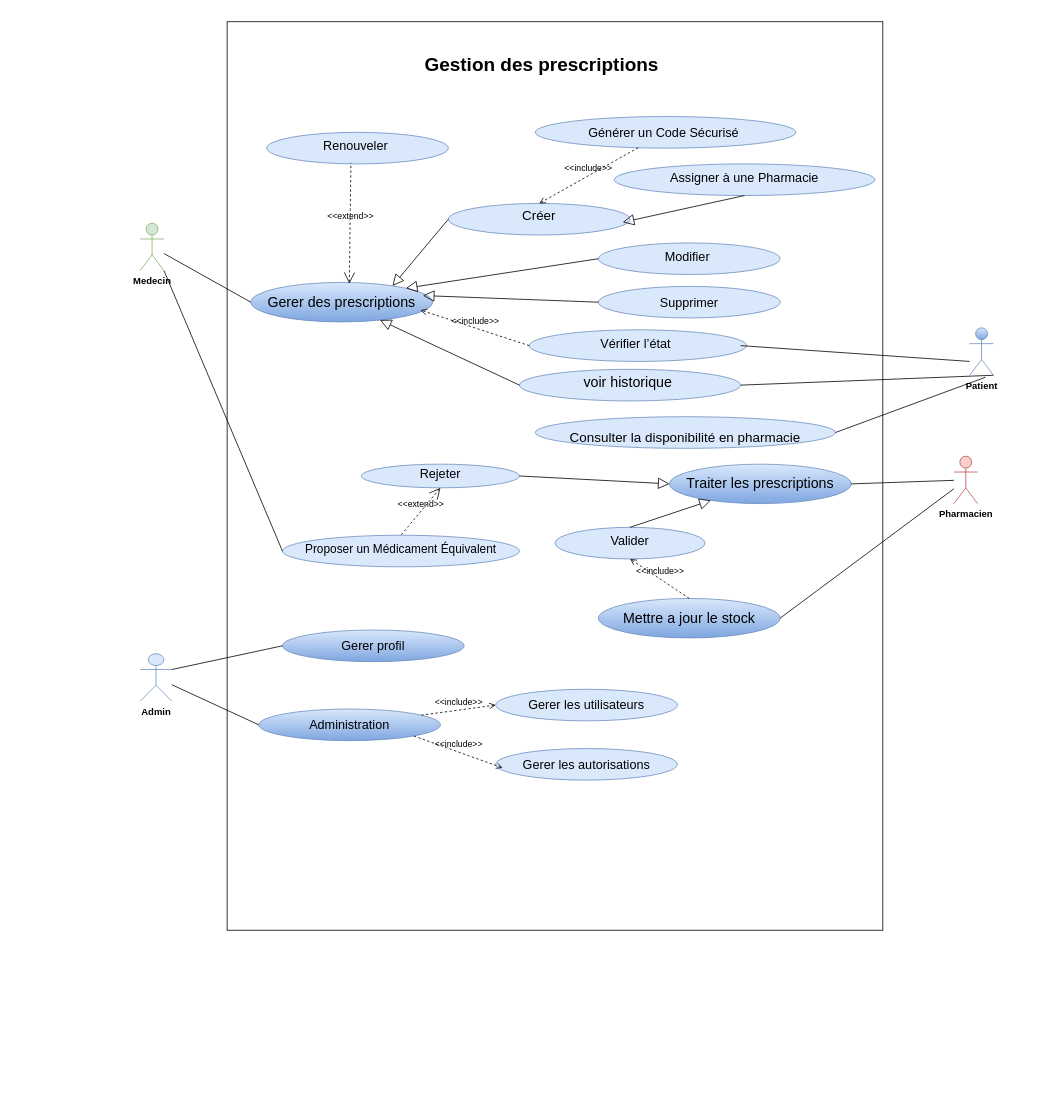
The draw.io diagram Diagramme sans nom.drawio in siwar630/Conception-pfe, before the edit. Source tidied: cells renumbered, new cells numbered last; positions are measured from the earlier drawing's top-left corner, leaving out a move shared by most shapes. Both pictures are drawn from the tidied source at 79%, with x=0, y=0 at pixel (140, 21).
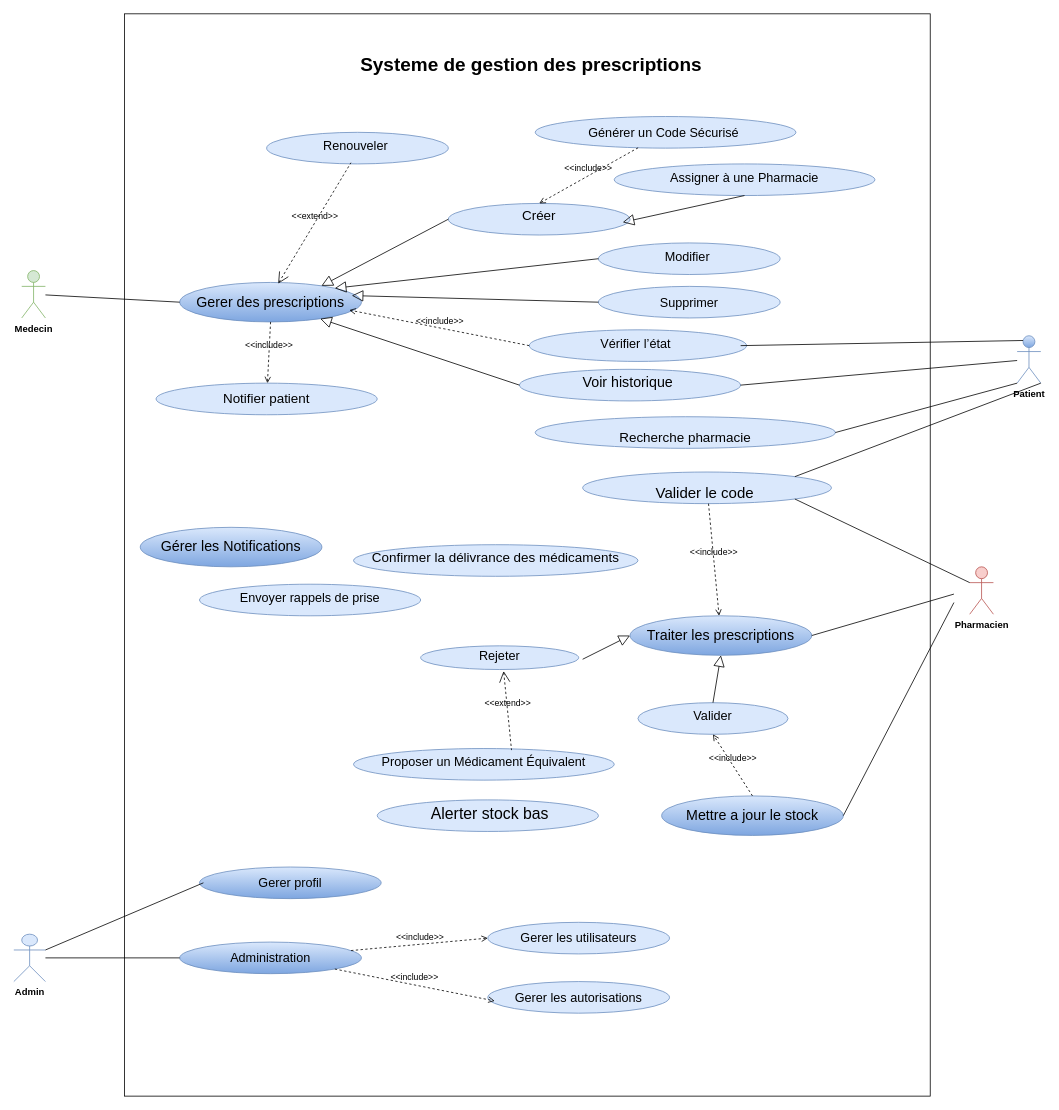
The same page after the edit.

Commit message:
Mettre à jour Diagramme sans nom.drawio

The edit, as a diff of the source:
```diff
@@
     <mxCell id="2" style="html=1;whiteSpace=wrap;" parent="1" vertex="1">
-      <mxGeometry x="110" width="830" height="1150" as="geometry" />
+      <mxGeometry x="-20" y="-10" width="1020" height="1370" as="geometry" />
     </mxCell>
-    <mxCell id="3" value="&lt;b&gt;&lt;font style=&quot;font-size: 24px;&quot;&gt;&amp;nbsp;Gestion des prescriptions&lt;/font&gt;&lt;/b&gt;" style="text;html=1;align=center;verticalAlign=middle;whiteSpace=wrap;rounded=0;" parent="1" vertex="1">
-      <mxGeometry x="310" y="40" width="390" height="30" as="geometry" />
+    <mxCell id="3" value="&lt;b&gt;&lt;font style=&quot;font-size: 24px;&quot;&gt;Systeme de gestion des prescriptions&lt;/font&gt;&lt;/b&gt;" style="text;html=1;align=center;verticalAlign=middle;whiteSpace=wrap;rounded=0;" parent="1" vertex="1">
+      <mxGeometry x="270" y="40" width="450" height="30" as="geometry" />
     </mxCell>
     <mxCell id="4" value="&lt;b&gt;Medecin&lt;/b&gt;" style="shape=umlActor;verticalLabelPosition=bottom;verticalAlign=top;html=1;outlineConnect=0;fillColor=#d5e8d4;strokeColor=#82b366;" parent="1" vertex="1">
-      <mxGeometry y="255" width="30" height="60" as="geometry" />
+      <mxGeometry x="-150" y="315" width="30" height="60" as="geometry" />
     </mxCell>
     <mxCell id="5" value="&lt;b&gt;Pharmacien&lt;/b&gt;" style="shape=umlActor;verticalLabelPosition=bottom;verticalAlign=top;html=1;outlineConnect=0;fillColor=#f8cecc;strokeColor=#b85450;" parent="1" vertex="1">
-      <mxGeometry x="1030" y="550" width="30" height="60" as="geometry" />
+      <mxGeometry x="1050" y="690" width="30" height="60" as="geometry" />
     </mxCell>
     <mxCell id="6" value="&lt;b&gt;Patient&lt;/b&gt;" style="shape=umlActor;verticalLabelPosition=bottom;verticalAlign=top;html=1;outlineConnect=0;fillColor=#dae8fc;strokeColor=#6c8ebf;gradientColor=#7ea6e0;" parent="1" vertex="1">
-      <mxGeometry x="1050" y="387.5" width="30" height="60" as="geometry" />
+      <mxGeometry x="1110" y="397.5" width="30" height="60" as="geometry" />
     </mxCell>
     <mxCell id="7" value="&lt;font style=&quot;font-size: 18px;&quot;&gt;Gerer des prescriptions&lt;/font&gt;" style="ellipse;whiteSpace=wrap;html=1;align=center;fillColor=#dae8fc;gradientColor=#7ea6e0;strokeColor=#6c8ebf;" parent="1" vertex="1">
-      <mxGeometry x="140" y="330" width="230" height="50" as="geometry" />
+      <mxGeometry x="50" y="330" width="230" height="50" as="geometry" />
     </mxCell>
@@
     <mxCell id="13" value="&lt;table&gt;&lt;tbody&gt;&lt;tr&gt;&lt;td&gt;&lt;table&gt;&lt;tbody&gt;&lt;tr&gt;&lt;td&gt;&lt;font style=&quot;font-size: 16px;&quot;&gt;Valider&lt;/font&gt;&lt;/td&gt;&lt;/tr&gt;&lt;/tbody&gt;&lt;/table&gt;&lt;table&gt;&lt;tbody&gt;&lt;tr&gt;&lt;td&gt;&lt;/td&gt;&lt;/tr&gt;&lt;/tbody&gt;&lt;/table&gt;&lt;table&gt;&lt;tbody&gt;&lt;tr&gt;&lt;/tr&gt;&lt;/tbody&gt;&lt;/table&gt;&lt;/td&gt;&lt;/tr&gt;&lt;/tbody&gt;&lt;/table&gt;" style="ellipse;whiteSpace=wrap;html=1;align=center;fillColor=#dae8fc;strokeColor=#6c8ebf;" parent="1" vertex="1">
-      <mxGeometry x="525" y="640" width="190" height="40" as="geometry" />
+      <mxGeometry x="630" y="862" width="190" height="40" as="geometry" />
     </mxCell>
     <mxCell id="14" value="&lt;font style=&quot;font-size: 18px;&quot;&gt;Traiter les prescriptions&lt;/font&gt;" style="ellipse;whiteSpace=wrap;html=1;align=center;fillColor=#dae8fc;gradientColor=#7ea6e0;strokeColor=#6c8ebf;" parent="1" vertex="1">
-      <mxGeometry x="670" y="560" width="230" height="50" as="geometry" />
+      <mxGeometry x="620" y="752" width="230" height="50" as="geometry" />
     </mxCell>
-    <mxCell id="15" value="&lt;table&gt;&lt;tbody&gt;&lt;tr&gt;&lt;td&gt;&lt;table&gt;&lt;tbody&gt;&lt;tr&gt;&lt;td&gt;&lt;font style=&quot;font-size: 15px;&quot;&gt;Proposer un Médicament Équivalent&lt;/font&gt;&lt;/td&gt;&lt;/tr&gt;&lt;/tbody&gt;&lt;/table&gt;&lt;table&gt;&lt;tbody&gt;&lt;tr&gt;&lt;td&gt;&lt;/td&gt;&lt;/tr&gt;&lt;/tbody&gt;&lt;/table&gt;&lt;table&gt;&lt;tbody&gt;&lt;tr&gt;&lt;/tr&gt;&lt;/tbody&gt;&lt;/table&gt;&lt;/td&gt;&lt;/tr&gt;&lt;/tbody&gt;&lt;/table&gt;" style="ellipse;whiteSpace=wrap;html=1;align=center;fillColor=#dae8fc;strokeColor=#6c8ebf;" parent="1" vertex="1">
-      <mxGeometry x="180" y="650" width="300" height="40" as="geometry" />
+    <mxCell id="15" value="&lt;table&gt;&lt;tbody&gt;&lt;tr&gt;&lt;td&gt;&lt;table&gt;&lt;tbody&gt;&lt;tr&gt;&lt;td&gt;&lt;font style=&quot;font-size: 16px;&quot;&gt;Proposer un Médicament Équivalent&lt;/font&gt;&lt;/td&gt;&lt;/tr&gt;&lt;/tbody&gt;&lt;/table&gt;&lt;table&gt;&lt;tbody&gt;&lt;tr&gt;&lt;td&gt;&lt;/td&gt;&lt;/tr&gt;&lt;/tbody&gt;&lt;/table&gt;&lt;table&gt;&lt;tbody&gt;&lt;tr&gt;&lt;/tr&gt;&lt;/tbody&gt;&lt;/table&gt;&lt;/td&gt;&lt;/tr&gt;&lt;/tbody&gt;&lt;/table&gt;" style="ellipse;whiteSpace=wrap;html=1;align=center;fillColor=#dae8fc;strokeColor=#6c8ebf;" parent="1" vertex="1">
+      <mxGeometry x="270" y="920" width="330" height="40" as="geometry" />
     </mxCell>
@@
     <mxCell id="17" value="&lt;table&gt;&lt;tbody&gt;&lt;tr&gt;&lt;td&gt;&lt;table&gt;&lt;tbody&gt;&lt;tr&gt;&lt;td&gt;&lt;span style=&quot;font-size: 16px;&quot;&gt;Rejeter&lt;/span&gt;&lt;/td&gt;&lt;/tr&gt;&lt;/tbody&gt;&lt;/table&gt;&lt;table&gt;&lt;tbody&gt;&lt;tr&gt;&lt;td&gt;&lt;/td&gt;&lt;/tr&gt;&lt;/tbody&gt;&lt;/table&gt;&lt;table&gt;&lt;tbody&gt;&lt;tr&gt;&lt;/tr&gt;&lt;/tbody&gt;&lt;/table&gt;&lt;/td&gt;&lt;/tr&gt;&lt;/tbody&gt;&lt;/table&gt;" style="ellipse;whiteSpace=wrap;html=1;align=center;fillColor=#dae8fc;strokeColor=#6c8ebf;" parent="1" vertex="1">
-      <mxGeometry x="280" y="560" width="200" height="30" as="geometry" />
+      <mxGeometry x="355" y="790" width="200" height="30" as="geometry" />
     </mxCell>
-    <mxCell id="18" value="&lt;table&gt;&lt;tbody&gt;&lt;tr&gt;&lt;td&gt;&lt;table&gt;&lt;tbody&gt;&lt;tr&gt;&lt;td&gt;&lt;font style=&quot;font-size: 18px;&quot;&gt;voir historique&amp;nbsp;&lt;/font&gt;&lt;/td&gt;&lt;/tr&gt;&lt;/tbody&gt;&lt;/table&gt;&lt;table&gt;&lt;tbody&gt;&lt;tr&gt;&lt;td&gt;&lt;/td&gt;&lt;/tr&gt;&lt;/tbody&gt;&lt;/table&gt;&lt;table&gt;&lt;tbody&gt;&lt;tr&gt;&lt;/tr&gt;&lt;/tbody&gt;&lt;/table&gt;&lt;/td&gt;&lt;/tr&gt;&lt;/tbody&gt;&lt;/table&gt;" style="ellipse;whiteSpace=wrap;html=1;align=center;fillColor=#dae8fc;strokeColor=#6c8ebf;" parent="1" vertex="1">
+    <mxCell id="18" value="&lt;table&gt;&lt;tbody&gt;&lt;tr&gt;&lt;td&gt;&lt;table&gt;&lt;tbody&gt;&lt;tr&gt;&lt;td&gt;&lt;font style=&quot;font-size: 18px;&quot;&gt;Voir historique&amp;nbsp;&lt;/font&gt;&lt;/td&gt;&lt;/tr&gt;&lt;/tbody&gt;&lt;/table&gt;&lt;table&gt;&lt;tbody&gt;&lt;tr&gt;&lt;td&gt;&lt;/td&gt;&lt;/tr&gt;&lt;/tbody&gt;&lt;/table&gt;&lt;table&gt;&lt;tbody&gt;&lt;tr&gt;&lt;/tr&gt;&lt;/tbody&gt;&lt;/table&gt;&lt;/td&gt;&lt;/tr&gt;&lt;/tbody&gt;&lt;/table&gt;" style="ellipse;whiteSpace=wrap;html=1;align=center;fillColor=#dae8fc;strokeColor=#6c8ebf;" parent="1" vertex="1">
       <mxGeometry x="480" y="440" width="280" height="40" as="geometry" />
     </mxCell>
@@
-    <mxCell id="24" style="edgeStyle=none;html=1;endArrow=none;verticalAlign=bottom;rounded=0;entryX=1;entryY=0.5;entryDx=0;entryDy=0;" parent="1" edge="1" source="5" target="14">
-      <mxGeometry relative="1" as="geometry" />
+    <mxCell id="24" style="edgeStyle=none;html=1;endArrow=none;verticalAlign=bottom;rounded=0;entryX=1;entryY=0.5;entryDx=0;entryDy=0;" parent="1" edge="1" target="14">
+      <mxGeometry relative="1" as="geometry">
+        <mxPoint x="1030" y="724.5" as="sourcePoint" />
+      </mxGeometry>
     </mxCell>
-    <mxCell id="25" style="edgeStyle=none;html=1;endArrow=block;endFill=0;endSize=12;verticalAlign=bottom;rounded=0;exitX=0.5;exitY=0;exitDx=0;exitDy=0;" parent="1" edge="1" source="13" target="14">
+    <mxCell id="25" style="edgeStyle=none;html=1;endArrow=block;endFill=0;endSize=12;verticalAlign=bottom;rounded=0;exitX=0.5;exitY=0;exitDx=0;exitDy=0;entryX=0.5;entryY=1;entryDx=0;entryDy=0;" parent="1" edge="1" source="13" target="14">
       <mxGeometry relative="1" as="geometry" />
     </mxCell>
@@
-    <mxCell id="28" style="edgeStyle=none;html=1;endArrow=none;verticalAlign=bottom;rounded=0;" parent="1" edge="1">
+    <mxCell id="28" style="edgeStyle=none;html=1;endArrow=none;verticalAlign=bottom;rounded=0;exitX=0.25;exitY=0.1;exitDx=0;exitDy=0;exitPerimeter=0;" parent="1" edge="1" source="6">
       <mxGeometry relative="1" as="geometry">
-        <mxPoint x="1050" y="430" as="sourcePoint" />
         <mxPoint x="760" y="410" as="targetPoint" />
       </mxGeometry>
     </mxCell>
-    <mxCell id="29" style="edgeStyle=none;html=1;endArrow=none;verticalAlign=bottom;rounded=0;exitX=1;exitY=1;exitDx=0;exitDy=0;exitPerimeter=0;" parent="1" edge="1" source="6">
+    <mxCell id="29" style="edgeStyle=none;html=1;endArrow=none;verticalAlign=bottom;rounded=0;" parent="1" edge="1" source="6">
       <mxGeometry relative="1" as="geometry">
         <mxPoint x="760" y="460" as="targetPoint" />
       </mxGeometry>
     </mxCell>
-    <mxCell id="30" style="edgeStyle=none;html=1;endArrow=block;endFill=0;endSize=12;verticalAlign=bottom;rounded=0;entryX=0;entryY=0.5;entryDx=0;entryDy=0;exitX=1;exitY=0.5;exitDx=0;exitDy=0;" parent="1" edge="1" source="17" target="14">
-      <mxGeometry relative="1" as="geometry" />
+    <mxCell id="30" style="edgeStyle=none;html=1;endArrow=block;endFill=0;endSize=12;verticalAlign=bottom;rounded=0;exitX=1;exitY=0.5;exitDx=0;exitDy=0;entryX=0;entryY=0.5;entryDx=0;entryDy=0;" parent="1" edge="1" target="14">
+      <mxGeometry relative="1" as="geometry">
+        <mxPoint x="560" y="807" as="sourcePoint" />
+      </mxGeometry>
     </mxCell>
-    <mxCell id="31" value="&amp;lt;&amp;lt;extend&amp;gt;&amp;gt;" style="edgeStyle=none;html=1;startArrow=open;endArrow=none;startSize=12;verticalAlign=bottom;dashed=1;labelBackgroundColor=none;rounded=0;entryX=0.5;entryY=0;entryDx=0;entryDy=0;exitX=0.5;exitY=1;exitDx=0;exitDy=0;" parent="1" edge="1" source="17" target="15">
-      <mxGeometry relative="1" as="geometry" />
+    <mxCell id="31" value="&amp;lt;&amp;lt;extend&amp;gt;&amp;gt;" style="edgeStyle=none;html=1;startArrow=open;endArrow=none;startSize=12;verticalAlign=bottom;dashed=1;labelBackgroundColor=none;rounded=0;entryX=0.5;entryY=0;entryDx=0;entryDy=0;exitX=0.5;exitY=1;exitDx=0;exitDy=0;" parent="1" edge="1">
+      <mxGeometry relative="1" as="geometry">
+        <mxPoint x="460" y="822" as="sourcePoint" />
+        <mxPoint x="470" y="922" as="targetPoint" />
+      </mxGeometry>
     </mxCell>
     <mxCell id="32" value="&lt;span style=&quot;font-size: 16px;&quot;&gt;Gerer les utilisateurs&lt;/span&gt;" style="ellipse;whiteSpace=wrap;html=1;align=center;fillColor=#dae8fc;strokeColor=#6c8ebf;" parent="1" vertex="1">
-      <mxGeometry x="450" y="845" width="230" height="40" as="geometry" />
+      <mxGeometry x="440" y="1140" width="230" height="40" as="geometry" />
     </mxCell>
     <mxCell id="33" value="&lt;b&gt;Admin&lt;/b&gt;" style="shape=umlActor;verticalLabelPosition=bottom;verticalAlign=top;html=1;outlineConnect=0;fillColor=#dae8fc;strokeColor=#6c8ebf;" parent="1" vertex="1">
-      <mxGeometry y="800" width="40" height="60" as="geometry" />
+      <mxGeometry x="-160" y="1155" width="40" height="60" as="geometry" />
     </mxCell>
     <mxCell id="34" value="&lt;span style=&quot;font-size: 16px;&quot;&gt;Gerer les autorisations&lt;/span&gt;" style="ellipse;whiteSpace=wrap;html=1;align=center;fillColor=#dae8fc;strokeColor=#6c8ebf;" parent="1" vertex="1">
-      <mxGeometry x="450" y="920" width="230" height="40" as="geometry" />
+      <mxGeometry x="440" y="1215" width="230" height="40" as="geometry" />
     </mxCell>
     <mxCell id="35" value="&lt;span style=&quot;font-size: 16px;&quot;&gt;Administration&lt;/span&gt;" style="ellipse;whiteSpace=wrap;html=1;align=center;fillColor=#dae8fc;gradientColor=#7ea6e0;strokeColor=#6c8ebf;" parent="1" vertex="1">
-      <mxGeometry x="150" y="870" width="230" height="40" as="geometry" />
+      <mxGeometry x="50" y="1165" width="230" height="40" as="geometry" />
     </mxCell>
@@
     <mxCell id="39" value="&lt;span style=&quot;font-size: 16px;&quot;&gt;Gerer profil&lt;/span&gt;" style="ellipse;whiteSpace=wrap;html=1;align=center;fillColor=#dae8fc;gradientColor=#7ea6e0;strokeColor=#6c8ebf;" parent="1" vertex="1">
-      <mxGeometry x="180" y="770" width="230" height="40" as="geometry" />
+      <mxGeometry x="75" y="1070" width="230" height="40" as="geometry" />
     </mxCell>
-    <mxCell id="40" style="edgeStyle=none;html=1;endArrow=none;verticalAlign=bottom;rounded=0;exitX=1;exitY=0.3333333333333333;exitDx=0;exitDy=0;exitPerimeter=0;entryX=0;entryY=0.5;entryDx=0;entryDy=0;" parent="1" edge="1" source="33" target="39">
-      <mxGeometry relative="1" as="geometry" />
+    <mxCell id="40" style="edgeStyle=none;html=1;endArrow=none;verticalAlign=bottom;rounded=0;exitX=1;exitY=0.3333333333333333;exitDx=0;exitDy=0;exitPerimeter=0;entryX=0;entryY=0.5;entryDx=0;entryDy=0;" parent="1" edge="1" source="33">
+      <mxGeometry relative="1" as="geometry">
+        <mxPoint x="80" y="1090" as="targetPoint" />
+      </mxGeometry>
     </mxCell>
-    <mxCell id="41" style="edgeStyle=orthogonalEdgeStyle;rounded=0;orthogonalLoop=1;jettySize=auto;html=1;exitX=0.5;exitY=1;exitDx=0;exitDy=0;" parent="1" edge="1" source="17" target="17">
-      <mxGeometry relative="1" as="geometry" />
+    <mxCell id="41" style="edgeStyle=orthogonalEdgeStyle;rounded=0;orthogonalLoop=1;jettySize=auto;html=1;exitX=0.5;exitY=1;exitDx=0;exitDy=0;" parent="1" edge="1">
+      <mxGeometry relative="1" as="geometry">
+        <mxPoint x="380" y="734" as="sourcePoint" />
+        <mxPoint x="380" y="734" as="targetPoint" />
+      </mxGeometry>
     </mxCell>
     <mxCell id="42" value="&lt;font style=&quot;font-size: 18px;&quot;&gt;Mettre a jour le stock&lt;/font&gt;" style="ellipse;whiteSpace=wrap;html=1;align=center;fillColor=#dae8fc;gradientColor=#7ea6e0;strokeColor=#6c8ebf;" parent="1" vertex="1">
-      <mxGeometry x="580" y="730" width="230" height="50" as="geometry" />
+      <mxGeometry x="660" y="980" width="230" height="50" as="geometry" />
     </mxCell>
-    <mxCell id="43" style="edgeStyle=none;html=1;endArrow=none;verticalAlign=bottom;rounded=0;exitX=1;exitY=0.5;exitDx=0;exitDy=0;" parent="1" edge="1" source="42" target="5">
-      <mxGeometry relative="1" as="geometry" />
+    <mxCell id="43" style="edgeStyle=none;html=1;endArrow=none;verticalAlign=bottom;rounded=0;exitX=1;exitY=0.5;exitDx=0;exitDy=0;" parent="1" edge="1" source="42">
+      <mxGeometry relative="1" as="geometry">
+        <mxPoint x="1030" y="735.2" as="targetPoint" />
+      </mxGeometry>
     </mxCell>
@@
-    <mxCell id="46" style="edgeStyle=none;html=1;endArrow=none;verticalAlign=bottom;rounded=0;exitX=1;exitY=1;exitDx=0;exitDy=0;exitPerimeter=0;entryX=0;entryY=0.5;entryDx=0;entryDy=0;" parent="1" edge="1" source="4" target="15">
-      <mxGeometry relative="1" as="geometry" />
-    </mxCell>
@@
-    <mxCell id="49" value="&lt;br&gt;&lt;font style=&quot;font-size: 17px;&quot;&gt;Consulter la disponibilité en pharmacie&lt;br&gt;&lt;/font&gt;" style="ellipse;whiteSpace=wrap;html=1;align=center;fillColor=#dae8fc;strokeColor=#6c8ebf;" parent="1" vertex="1">
+    <mxCell id="49" value="&lt;br&gt;&lt;font style=&quot;font-size: 17px;&quot;&gt;Recherche pharmacie&lt;br&gt;&lt;/font&gt;" style="ellipse;whiteSpace=wrap;html=1;align=center;fillColor=#dae8fc;strokeColor=#6c8ebf;" parent="1" vertex="1">
       <mxGeometry x="500" y="500" width="380" height="40" as="geometry" />
     </mxCell>
-    <mxCell id="50" style="edgeStyle=none;html=1;endArrow=none;verticalAlign=bottom;rounded=0;entryX=1;entryY=0.5;entryDx=0;entryDy=0;" parent="1" edge="1" target="49">
-      <mxGeometry relative="1" as="geometry">
-        <mxPoint x="1070" y="450" as="sourcePoint" />
-      </mxGeometry>
+    <mxCell id="50" style="edgeStyle=none;html=1;endArrow=none;verticalAlign=bottom;rounded=0;entryX=1;entryY=0.5;entryDx=0;entryDy=0;exitX=0;exitY=1;exitDx=0;exitDy=0;exitPerimeter=0;" parent="1" edge="1" source="6" target="49">
+      <mxGeometry relative="1" as="geometry" />
     </mxCell>
-    <mxCell id="51" style="edgeStyle=orthogonalEdgeStyle;rounded=0;orthogonalLoop=1;jettySize=auto;html=1;exitX=0.5;exitY=1;exitDx=0;exitDy=0;" parent="1" edge="1" source="17" target="17">
-      <mxGeometry relative="1" as="geometry" />
+    <mxCell id="51" style="edgeStyle=orthogonalEdgeStyle;rounded=0;orthogonalLoop=1;jettySize=auto;html=1;exitX=0.5;exitY=1;exitDx=0;exitDy=0;" parent="1" edge="1">
+      <mxGeometry relative="1" as="geometry">
+        <mxPoint x="380" y="734" as="sourcePoint" />
+        <mxPoint x="380" y="734" as="targetPoint" />
+      </mxGeometry>
     </mxCell>
+    <mxCell id="52" value="&lt;br&gt;&lt;font style=&quot;&quot;&gt;&lt;font style=&quot;font-size: 19px;&quot;&gt;Valider le code&amp;nbsp;&lt;/font&gt;&lt;br&gt;&lt;/font&gt;" style="ellipse;whiteSpace=wrap;html=1;align=center;fillColor=#dae8fc;strokeColor=#6c8ebf;" parent="1" vertex="1">
+      <mxGeometry x="560" y="570" width="315" height="40" as="geometry" />
+    </mxCell>
+    <mxCell id="53" style="edgeStyle=none;html=1;endArrow=none;verticalAlign=bottom;rounded=0;entryX=1;entryY=1;entryDx=0;entryDy=0;entryPerimeter=0;exitX=1;exitY=0;exitDx=0;exitDy=0;" parent="1" edge="1" source="52" target="6">
+      <mxGeometry relative="1" as="geometry" />
+    </mxCell>
+    <mxCell id="54" style="edgeStyle=none;html=1;endArrow=none;verticalAlign=bottom;rounded=0;entryX=0;entryY=0.3333333333333333;entryDx=0;entryDy=0;entryPerimeter=0;exitX=1;exitY=1;exitDx=0;exitDy=0;" parent="1" edge="1" source="52" target="5">
+      <mxGeometry relative="1" as="geometry" />
+    </mxCell>
+    <mxCell id="55" value="&amp;lt;&amp;lt;include&amp;gt;&amp;gt;" style="edgeStyle=none;html=1;endArrow=open;verticalAlign=bottom;dashed=1;labelBackgroundColor=none;rounded=0;" parent="1" edge="1" source="52" target="14">
+      <mxGeometry relative="1" as="geometry" />
+    </mxCell>
+    <mxCell id="56" value="&lt;font style=&quot;font-size: 18px;&quot;&gt;Gérer les Notifications&lt;/font&gt;" style="ellipse;whiteSpace=wrap;html=1;align=center;fillColor=#dae8fc;gradientColor=#7ea6e0;strokeColor=#6c8ebf;" parent="1" vertex="1">
+      <mxGeometry y="640" width="230" height="50" as="geometry" />
+    </mxCell>
+    <mxCell id="57" value="&lt;font style=&quot;font-size: 17px;&quot;&gt;Notifier patient&lt;/font&gt;" style="ellipse;whiteSpace=wrap;html=1;align=center;fillColor=#dae8fc;strokeColor=#6c8ebf;" parent="1" vertex="1">
+      <mxGeometry x="20" y="457.5" width="280" height="40" as="geometry" />
+    </mxCell>
+    <mxCell id="58" value="&lt;table&gt;&lt;tbody&gt;&lt;tr&gt;&lt;td&gt;&lt;table&gt;&lt;tbody&gt;&lt;tr&gt;&lt;td&gt;&lt;font style=&quot;font-size: 17px;&quot;&gt;Confirmer la délivrance des médicaments&lt;/font&gt;&lt;/td&gt;&lt;/tr&gt;&lt;/tbody&gt;&lt;/table&gt;&lt;table&gt;&lt;tbody&gt;&lt;tr&gt;&lt;td&gt;&lt;/td&gt;&lt;/tr&gt;&lt;/tbody&gt;&lt;/table&gt;&lt;table&gt;&lt;tbody&gt;&lt;tr&gt;&lt;/tr&gt;&lt;/tbody&gt;&lt;/table&gt;&lt;/td&gt;&lt;/tr&gt;&lt;/tbody&gt;&lt;/table&gt;" style="ellipse;whiteSpace=wrap;html=1;align=center;fillColor=#dae8fc;strokeColor=#6c8ebf;" parent="1" vertex="1">
+      <mxGeometry x="270" y="662" width="360" height="40" as="geometry" />
+    </mxCell>
+    <mxCell id="59" value="&lt;table&gt;&lt;tbody&gt;&lt;tr&gt;&lt;td&gt;&lt;table&gt;&lt;tbody&gt;&lt;tr&gt;&lt;td&gt;&lt;font style=&quot;font-size: 16px;&quot;&gt;Envoyer rappels de prise&lt;/font&gt;&lt;/td&gt;&lt;/tr&gt;&lt;/tbody&gt;&lt;/table&gt;&lt;table&gt;&lt;tbody&gt;&lt;tr&gt;&lt;td&gt;&lt;/td&gt;&lt;/tr&gt;&lt;/tbody&gt;&lt;/table&gt;&lt;table&gt;&lt;tbody&gt;&lt;tr&gt;&lt;/tr&gt;&lt;/tbody&gt;&lt;/table&gt;&lt;/td&gt;&lt;/tr&gt;&lt;/tbody&gt;&lt;/table&gt;" style="ellipse;whiteSpace=wrap;html=1;align=center;fillColor=#dae8fc;strokeColor=#6c8ebf;" parent="1" vertex="1">
+      <mxGeometry x="75" y="712" width="280" height="40" as="geometry" />
+    </mxCell>
+    <mxCell id="60" style="edgeStyle=orthogonalEdgeStyle;rounded=0;orthogonalLoop=1;jettySize=auto;html=1;exitX=0.5;exitY=1;exitDx=0;exitDy=0;" parent="1" edge="1">
+      <mxGeometry relative="1" as="geometry">
+        <mxPoint x="460" y="822" as="sourcePoint" />
+        <mxPoint x="460" y="822" as="targetPoint" />
+      </mxGeometry>
+    </mxCell>
+    <mxCell id="61" value="&lt;table&gt;&lt;tbody&gt;&lt;tr&gt;&lt;td&gt;&lt;table&gt;&lt;tbody&gt;&lt;tr&gt;&lt;td&gt;&lt;font style=&quot;font-size: 20px;&quot;&gt;&amp;nbsp;Alerter stock bas&lt;/font&gt;&lt;/td&gt;&lt;/tr&gt;&lt;/tbody&gt;&lt;/table&gt;&lt;table&gt;&lt;tbody&gt;&lt;tr&gt;&lt;td&gt;&lt;/td&gt;&lt;/tr&gt;&lt;/tbody&gt;&lt;/table&gt;&lt;table&gt;&lt;tbody&gt;&lt;tr&gt;&lt;/tr&gt;&lt;/tbody&gt;&lt;/table&gt;&lt;/td&gt;&lt;/tr&gt;&lt;/tbody&gt;&lt;/table&gt;" style="ellipse;whiteSpace=wrap;html=1;align=center;fillColor=#dae8fc;strokeColor=#6c8ebf;" parent="1" vertex="1">
+      <mxGeometry x="300" y="985" width="280" height="40" as="geometry" />
+    </mxCell>
+    <mxCell id="62" value="&amp;lt;&amp;lt;include&amp;gt;&amp;gt;" style="edgeStyle=none;html=1;endArrow=open;verticalAlign=bottom;dashed=1;labelBackgroundColor=none;rounded=0;exitX=0.5;exitY=1;exitDx=0;exitDy=0;" parent="1" edge="1" source="7" target="57">
+      <mxGeometry relative="1" as="geometry" />
+    </mxCell>
```
